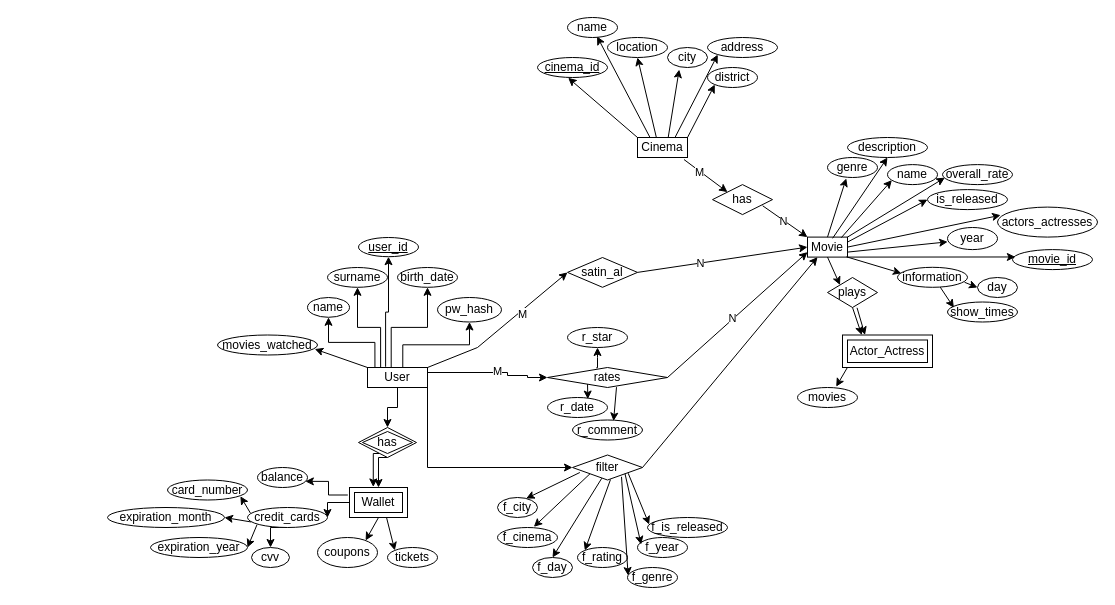
kelma01/dbms_project keeps this draw.io diagram as proje_diagram.drawio. Above is the earlier version. Source tidied: cells renumbered, new cells numbered last; positions are measured from the earlier drawing's top-left corner, leaving out a move shared by most shapes. Both pictures are drawn from the tidied source at 100%, with x=0, y=0 at pixel (107, 17).
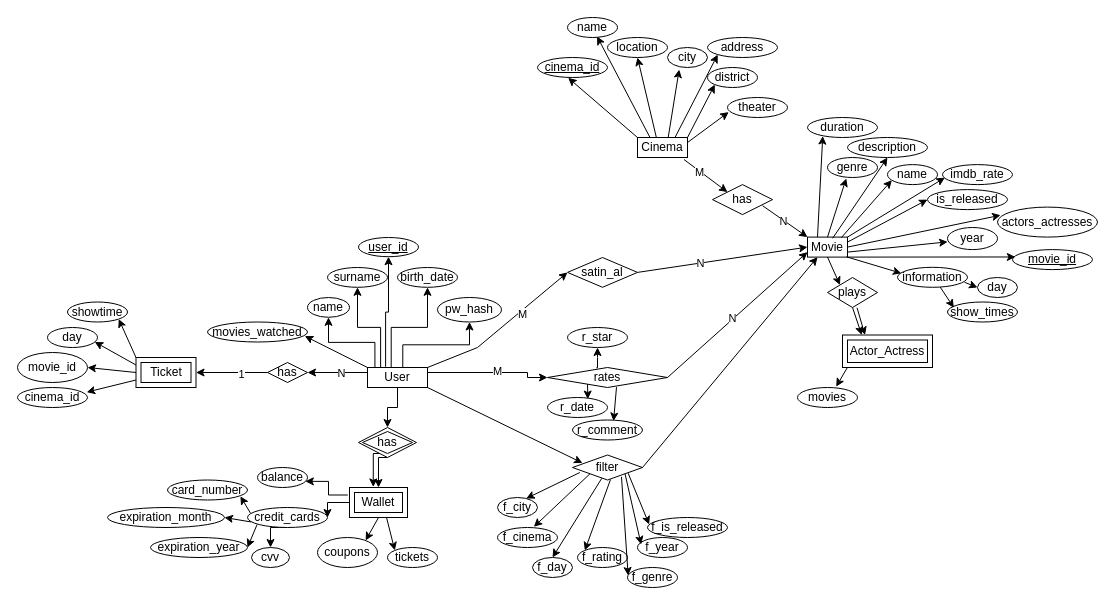
The same diagram, later.

Commit message:
added entities such as ticket and its relations, also some fixes

Unchanged cells that the change refers to:
```xml
<mxCell id="7" value="User" style="whiteSpace=wrap;html=1;align=center;" parent="1" vertex="1">
  <mxGeometry x="260" y="350" width="60" height="20" as="geometry" />
</mxCell>
<mxCell id="8" value="Movie" style="whiteSpace=wrap;html=1;align=center;" parent="1" vertex="1">
  <mxGeometry x="700" y="219.6" width="40" height="20" as="geometry" />
</mxCell>
<mxCell id="26" value="rates" style="shape=rhombus;perimeter=rhombusPerimeter;whiteSpace=wrap;html=1;align=center;" parent="1" vertex="1">
  <mxGeometry x="440" y="350" width="120" height="20" as="geometry" />
</mxCell>
<mxCell id="38" value="filter" style="shape=rhombus;perimeter=rhombusPerimeter;whiteSpace=wrap;html=1;align=center;" parent="1" vertex="1">
  <mxGeometry x="465" y="437.5" width="70" height="25" as="geometry" />
</mxCell>
<mxCell id="76" value="Cinema" style="whiteSpace=wrap;html=1;" parent="1" vertex="1">
  <mxGeometry x="530" y="120" width="50" height="20" as="geometry" />
</mxCell>
```

Diff of the diagram source:
```diff
@@
     <mxCell id="3" style="edgeStyle=orthogonalEdgeStyle;rounded=0;jettySize=auto;html=1;exitX=1;exitY=0.25;exitDx=0;exitDy=0;entryX=0;entryY=0.5;entryDx=0;entryDy=0;" parent="1" edge="1" source="7" target="26">
       <mxGeometry relative="1" as="geometry">
         <Array as="points">
-          <mxPoint x="400" y="355" />
-          <mxPoint x="400" y="358" />
-          <mxPoint x="420" y="358" />
+          <mxPoint x="420" y="355" />
+          <mxPoint x="420" y="360" />
         </Array>
       </mxGeometry>
     </mxCell>
@@
-    <mxCell id="6" style="edgeStyle=orthogonalEdgeStyle;rounded=0;jettySize=auto;html=1;exitX=1;exitY=1;exitDx=0;exitDy=0;entryX=0;entryY=0.5;entryDx=0;entryDy=0;" parent="1" edge="1" source="7" target="38">
-      <mxGeometry relative="1" as="geometry" />
-    </mxCell>
@@
-    <mxCell id="33" value="overall_rate" style="ellipse;whiteSpace=wrap;html=1;align=center;" parent="1" vertex="1">
+    <mxCell id="33" value="imdb_rate" style="ellipse;whiteSpace=wrap;html=1;align=center;" parent="1" vertex="1">
       <mxGeometry x="835" y="147.1" width="70" height="20" as="geometry" />
     </mxCell>
@@
     <mxCell id="74" value="movies_watched" style="ellipse;whiteSpace=wrap;html=1;" parent="1" vertex="1">
-      <mxGeometry x="110" y="317.5" width="100" height="20" as="geometry" />
+      <mxGeometry x="100" y="304.5" width="100" height="20" as="geometry" />
     </mxCell>
@@
+    <mxCell id="117" value="theater" style="ellipse;whiteSpace=wrap;html=1;" parent="1" vertex="1">
+      <mxGeometry x="620" y="80" width="60" height="20" as="geometry" />
+    </mxCell>
+    <mxCell id="118" style="edgeStyle=none;jettySize=auto;html=1;rounded=0;exitX=1;exitY=0.25;exitDx=0;exitDy=0;entryX=0.02;entryY=0.729;entryDx=0;entryDy=0;entryPerimeter=0;" parent="1" edge="1" source="76" target="117">
+      <mxGeometry relative="1" as="geometry" />
+    </mxCell>
+    <mxCell id="119" value="duration" style="ellipse;whiteSpace=wrap;html=1;" parent="1" vertex="1">
+      <mxGeometry x="700" y="100" width="70" height="20" as="geometry" />
+    </mxCell>
+    <mxCell id="120" style="edgeStyle=none;jettySize=auto;html=1;rounded=0;exitX=0.25;exitY=0;exitDx=0;exitDy=0;entryX=0.218;entryY=0.929;entryDx=0;entryDy=0;entryPerimeter=0;" parent="1" edge="1" source="8" target="119">
+      <mxGeometry relative="1" as="geometry" />
+    </mxCell>
+    <mxCell id="121" value="Ticket" style="shape=ext;margin=3;double=1;whiteSpace=wrap;html=1;align=center;" parent="1" vertex="1">
+      <mxGeometry x="28.5" y="340" width="60" height="30" as="geometry" />
+    </mxCell>
+    <mxCell id="122" value="has" style="rhombus;whiteSpace=wrap;html=1;" parent="1" vertex="1">
+      <mxGeometry x="160" y="345" width="40" height="20" as="geometry" />
+    </mxCell>
+    <mxCell id="123" style="edgeStyle=none;jettySize=auto;html=1;rounded=0;exitX=0;exitY=0.25;exitDx=0;exitDy=0;entryX=1;entryY=0.5;entryDx=0;entryDy=0;" parent="1" edge="1" source="7" target="122">
+      <mxGeometry relative="1" as="geometry" />
+    </mxCell>
+    <mxCell id="124" value="N" style="edgeLabel;html=1;align=center;verticalAlign=middle;" parent="123" vertex="1">
+      <mxGeometry x="-0.11" relative="1" as="geometry" />
+    </mxCell>
+    <mxCell id="125" style="edgeStyle=none;jettySize=auto;html=1;rounded=0;entryX=1;entryY=0.5;entryDx=0;entryDy=0;exitX=0;exitY=0.5;exitDx=0;exitDy=0;" parent="1" edge="1" source="122" target="121">
+      <mxGeometry relative="1" as="geometry" />
+    </mxCell>
+    <mxCell id="126" value="1" style="edgeLabel;html=1;align=center;verticalAlign=middle;" parent="125" vertex="1">
+      <mxGeometry x="-0.24" y="1" relative="1" as="geometry" />
+    </mxCell>
+    <mxCell id="127" value="showtime" style="ellipse;whiteSpace=wrap;html=1;" parent="1" vertex="1">
+      <mxGeometry x="-40" y="284.5" width="60" height="20" as="geometry" />
+    </mxCell>
+    <mxCell id="128" value="day" style="ellipse;whiteSpace=wrap;html=1;" parent="1" vertex="1">
+      <mxGeometry x="-60" y="310" width="50" height="20" as="geometry" />
+    </mxCell>
+    <mxCell id="129" value="movie_id" style="ellipse;whiteSpace=wrap;html=1;" parent="1" vertex="1">
+      <mxGeometry x="-90" y="335" width="70" height="30" as="geometry" />
+    </mxCell>
+    <mxCell id="130" style="edgeStyle=none;jettySize=auto;html=1;rounded=0;exitX=0;exitY=0;exitDx=0;exitDy=0;entryX=1;entryY=1;entryDx=0;entryDy=0;" parent="1" edge="1" source="121" target="127">
+      <mxGeometry relative="1" as="geometry" />
+    </mxCell>
+    <mxCell id="131" style="edgeStyle=none;jettySize=auto;html=1;rounded=0;entryX=0.944;entryY=0.72;entryDx=0;entryDy=0;entryPerimeter=0;exitX=0;exitY=0.25;exitDx=0;exitDy=0;" parent="1" edge="1" source="121" target="128">
+      <mxGeometry relative="1" as="geometry" />
+    </mxCell>
+    <mxCell id="132" style="edgeStyle=none;jettySize=auto;html=1;rounded=0;exitX=0;exitY=0.5;exitDx=0;exitDy=0;entryX=1;entryY=0.5;entryDx=0;entryDy=0;" parent="1" edge="1" source="121" target="129">
+      <mxGeometry relative="1" as="geometry" />
+    </mxCell>
+    <mxCell id="133" value="cinema_id" style="ellipse;whiteSpace=wrap;html=1;" parent="1" vertex="1">
+      <mxGeometry x="-90" y="370" width="70" height="20" as="geometry" />
+    </mxCell>
+    <mxCell id="134" style="edgeStyle=none;jettySize=auto;html=1;rounded=0;exitX=0;exitY=0.75;exitDx=0;exitDy=0;entryX=0.988;entryY=0.233;entryDx=0;entryDy=0;entryPerimeter=0;" parent="1" edge="1" source="121" target="133">
+      <mxGeometry relative="1" as="geometry" />
+    </mxCell>
+    <mxCell id="6" style="edgeStyle=none;jettySize=auto;html=1;rounded=0;exitX=1;exitY=1;exitDx=0;exitDy=0;entryX=0.143;entryY=0.32;entryDx=0;entryDy=0;entryPerimeter=0;" parent="1" edge="1" source="7" target="38">
+      <mxGeometry relative="1" as="geometry" />
+    </mxCell>
```
